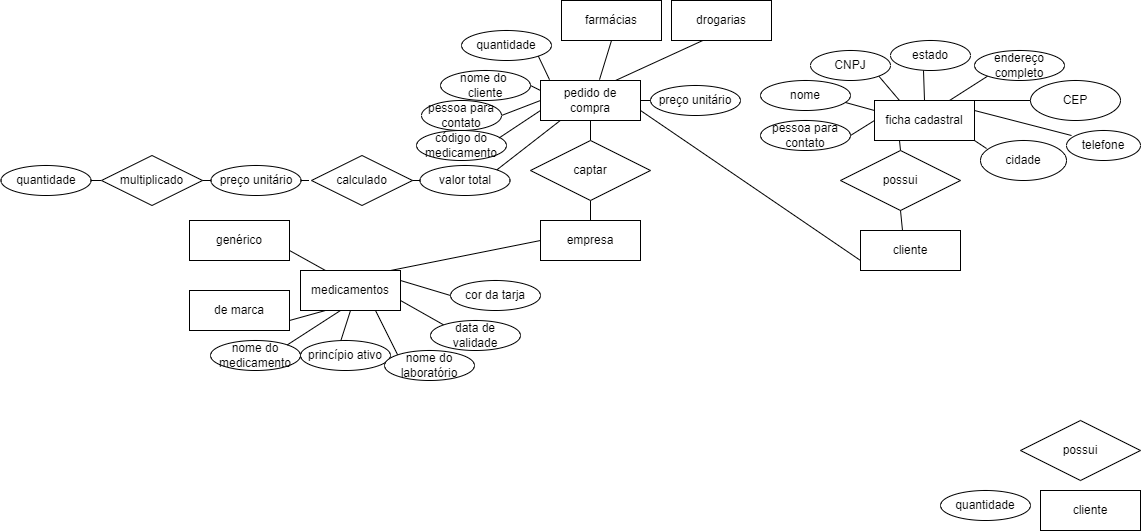
This is Diagrama sem nome.drawio.png from enricooxd/banco-de-dados, a draw.io export, as it was before one commit. Source tidied: cells renumbered, new cells last; positions are measured from the earlier drawing's top-left corner, leaving out a move shared by most shapes.
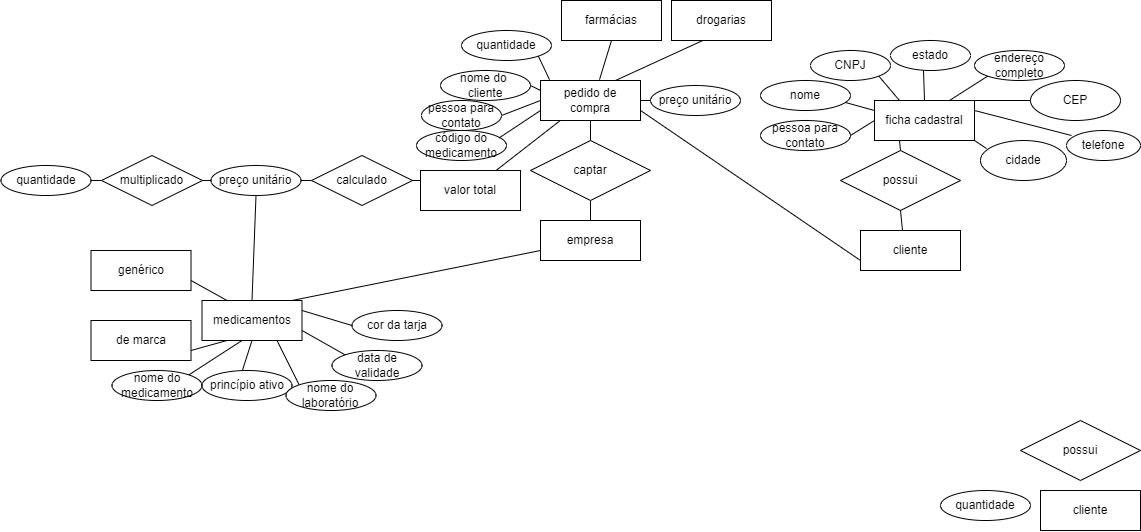
After the commit.

The edit, as a diff of the source:
```diff
@@ -124,22 +124,21 @@
     <mxCell id="41" value="preço unitário" style="ellipse;whiteSpace=wrap;html=1;align=center;" parent="1" vertex="1">
       <mxGeometry x="649" y="85" width="90" height="30" as="geometry" />
     </mxCell>
-    <mxCell id="42" value="valor total" style="ellipse;whiteSpace=wrap;html=1;align=center;" parent="1" vertex="1">
-      <mxGeometry x="418.5" y="165" width="90" height="30" as="geometry" />
-    </mxCell>
-    <mxCell id="43" style="edgeStyle=none;shape=connector;rounded=0;jettySize=auto;html=1;exitX=1;exitY=0.5;exitDx=0;exitDy=0;entryX=0;entryY=0.5;entryDx=0;entryDy=0;strokeColor=default;align=center;verticalAlign=middle;fontFamily=Helvetica;fontSize=11;fontColor=default;labelBackgroundColor=default;endArrow=none;endFill=0;" parent="1" edge="1" target="42">
+    <mxCell id="43" style="edgeStyle=none;shape=connector;rounded=0;orthogonalLoop=1;jettySize=auto;html=1;exitX=1;exitY=0.5;exitDx=0;exitDy=0;entryX=0;entryY=0.5;entryDx=0;entryDy=0;strokeColor=default;align=center;verticalAlign=middle;fontFamily=Helvetica;fontSize=11;fontColor=default;labelBackgroundColor=default;endArrow=none;endFill=0;" parent="1" edge="1">
       <mxGeometry relative="1" as="geometry">
         <mxPoint x="408.5" y="180" as="sourcePoint" />
+        <mxPoint x="418.5" y="180" as="targetPoint" />
       </mxGeometry>
     </mxCell>
-    <mxCell id="44" style="edgeStyle=none;shape=connector;rounded=0;jettySize=auto;html=1;exitX=0;exitY=0.5;exitDx=0;exitDy=0;entryX=1;entryY=0.5;entryDx=0;entryDy=0;strokeColor=default;align=center;verticalAlign=middle;fontFamily=Helvetica;fontSize=11;fontColor=default;labelBackgroundColor=default;endArrow=none;endFill=0;" parent="1" edge="1" target="46">
-      <mxGeometry relative="1" as="geometry">
-        <mxPoint x="307.5" y="180" as="sourcePoint" />
-      </mxGeometry>
+    <mxCell id="44" style="edgeStyle=none;shape=connector;rounded=0;jettySize=auto;html=1;exitX=0;exitY=0.5;exitDx=0;exitDy=0;entryX=1;entryY=0.5;entryDx=0;entryDy=0;strokeColor=default;align=center;verticalAlign=middle;fontFamily=Helvetica;fontSize=11;fontColor=default;labelBackgroundColor=default;endArrow=none;endFill=0;" parent="1" edge="1" source="45" target="46">
+      <mxGeometry relative="1" as="geometry" />
     </mxCell>
     <mxCell id="45" value="calculado" style="shape=rhombus;perimeter=rhombusPerimeter;whiteSpace=wrap;html=1;align=center;" parent="1" vertex="1">
       <mxGeometry x="310" y="155" width="101" height="50" as="geometry" />
     </mxCell>
+    <mxCell id="72" style="edgeStyle=none;shape=connector;rounded=0;jettySize=auto;html=1;exitX=0.5;exitY=1;exitDx=0;exitDy=0;entryX=0.5;entryY=0;entryDx=0;entryDy=0;strokeColor=default;align=center;verticalAlign=middle;fontFamily=Helvetica;fontSize=11;fontColor=default;labelBackgroundColor=default;endArrow=none;endFill=0;" parent="1" edge="1" source="46" target="51">
+      <mxGeometry relative="1" as="geometry" />
+    </mxCell>
     <mxCell id="46" value="preço unitário" style="ellipse;whiteSpace=wrap;html=1;align=center;" parent="1" vertex="1">
       <mxGeometry x="209.5" y="165" width="90" height="30" as="geometry" />
     </mxCell>
@@ -160,57 +159,57 @@
       <mxGeometry x="-0.5" y="165" width="90" height="30" as="geometry" />
     </mxCell>
     <mxCell id="51" value="medicamentos" style="whiteSpace=wrap;html=1;align=center;" parent="1" vertex="1">
-      <mxGeometry x="299" y="270" width="100" height="40" as="geometry" />
+      <mxGeometry x="200.5" y="300" width="100" height="40" as="geometry" />
     </mxCell>
-    <mxCell id="52" style="edgeStyle=none;shape=connector;rounded=0;jettySize=auto;html=1;exitX=0;exitY=0.5;exitDx=0;exitDy=0;entryX=0.9;entryY=0;entryDx=0;entryDy=0;entryPerimeter=0;strokeColor=default;align=center;verticalAlign=middle;fontFamily=Helvetica;fontSize=11;fontColor=default;labelBackgroundColor=default;endArrow=none;endFill=0;" parent="1" edge="1" source="2" target="51">
+    <mxCell id="52" style="edgeStyle=none;shape=connector;rounded=0;jettySize=auto;html=1;exitX=0;exitY=0.75;exitDx=0;exitDy=0;entryX=0.9;entryY=0;entryDx=0;entryDy=0;entryPerimeter=0;strokeColor=default;align=center;verticalAlign=middle;fontFamily=Helvetica;fontSize=11;fontColor=default;labelBackgroundColor=default;endArrow=none;endFill=0;" parent="1" edge="1" source="2" target="51">
       <mxGeometry relative="1" as="geometry" />
     </mxCell>
     <mxCell id="53" style="edgeStyle=none;shape=connector;rounded=0;jettySize=auto;html=1;exitX=1;exitY=0.25;exitDx=0;exitDy=0;entryX=0.25;entryY=0;entryDx=0;entryDy=0;strokeColor=default;align=center;verticalAlign=middle;fontFamily=Helvetica;fontSize=11;fontColor=default;labelBackgroundColor=default;endArrow=none;endFill=0;" parent="1" edge="1" target="51">
       <mxGeometry relative="1" as="geometry">
-        <mxPoint x="288" y="250" as="sourcePoint" />
+        <mxPoint x="189.5" y="280" as="sourcePoint" />
       </mxGeometry>
     </mxCell>
     <mxCell id="54" value="genérico&lt;span style=&quot;color: rgba(0, 0, 0, 0); font-family: monospace; font-size: 0px; text-align: start; text-wrap: nowrap;&quot;&gt;%3CmxGraphModel%3E%3Croot%3E%3CmxCell%20id%3D%220%22%2F%3E%3CmxCell%20id%3D%221%22%20parent%3D%220%22%2F%3E%3CmxCell%20id%3D%222%22%20value%3D%22empresa%22%20style%3D%22whiteSpace%3Dwrap%3Bhtml%3D1%3Balign%3Dcenter%3B%22%20vertex%3D%221%22%20parent%3D%221%22%3E%3CmxGeometry%20x%3D%22119%22%20y%3D%22310%22%20width%3D%22100%22%20height%3D%2240%22%20as%3D%22geometry%22%2F%3E%3C%2FmxCell%3E%3C%2Froot%3E%3C%2FmxGraphModel%3E&lt;/span&gt;" style="whiteSpace=wrap;html=1;align=center;" parent="1" vertex="1">
-      <mxGeometry x="188" y="220" width="100" height="40" as="geometry" />
+      <mxGeometry x="89.5" y="250" width="100" height="40" as="geometry" />
     </mxCell>
     <mxCell id="55" style="edgeStyle=none;shape=connector;rounded=0;jettySize=auto;html=1;exitX=1;exitY=0.75;exitDx=0;exitDy=0;entryX=0.25;entryY=1;entryDx=0;entryDy=0;strokeColor=default;align=center;verticalAlign=middle;fontFamily=Helvetica;fontSize=11;fontColor=default;labelBackgroundColor=default;endArrow=none;endFill=0;" parent="1" edge="1" source="56" target="51">
       <mxGeometry relative="1" as="geometry" />
     </mxCell>
     <mxCell id="56" value="de marca" style="whiteSpace=wrap;html=1;align=center;" parent="1" vertex="1">
-      <mxGeometry x="188" y="290" width="100" height="40" as="geometry" />
+      <mxGeometry x="89.5" y="320" width="100" height="40" as="geometry" />
     </mxCell>
     <mxCell id="57" value="nome do medicamento" style="ellipse;whiteSpace=wrap;html=1;align=center;" parent="1" vertex="1">
-      <mxGeometry x="209" y="340" width="90" height="30" as="geometry" />
+      <mxGeometry x="110.5" y="370" width="90" height="30" as="geometry" />
     </mxCell>
     <mxCell id="58" style="edgeStyle=none;shape=connector;rounded=0;jettySize=auto;html=1;exitX=0.5;exitY=0;exitDx=0;exitDy=0;entryX=0.5;entryY=1;entryDx=0;entryDy=0;strokeColor=default;align=center;verticalAlign=middle;fontFamily=Helvetica;fontSize=11;fontColor=default;labelBackgroundColor=default;endArrow=none;endFill=0;" parent="1" edge="1" target="51">
       <mxGeometry relative="1" as="geometry">
-        <mxPoint x="333" y="360" as="sourcePoint" />
+        <mxPoint x="234.5" y="390" as="sourcePoint" />
       </mxGeometry>
     </mxCell>
     <mxCell id="59" value="princípio ativo" style="ellipse;whiteSpace=wrap;html=1;align=center;" parent="1" vertex="1">
-      <mxGeometry x="299" y="340" width="90" height="30" as="geometry" />
+      <mxGeometry x="200.5" y="370" width="90" height="30" as="geometry" />
     </mxCell>
     <mxCell id="60" style="edgeStyle=none;shape=connector;rounded=0;jettySize=auto;html=1;exitX=0;exitY=0;exitDx=0;exitDy=0;entryX=0.75;entryY=1;entryDx=0;entryDy=0;strokeColor=default;align=center;verticalAlign=middle;fontFamily=Helvetica;fontSize=11;fontColor=default;labelBackgroundColor=default;endArrow=none;endFill=0;" parent="1" edge="1" source="61" target="51">
       <mxGeometry relative="1" as="geometry" />
     </mxCell>
     <mxCell id="61" value="nome do laboratório" style="ellipse;whiteSpace=wrap;html=1;align=center;" parent="1" vertex="1">
-      <mxGeometry x="383" y="350" width="90" height="30" as="geometry" />
+      <mxGeometry x="284.5" y="380" width="90" height="30" as="geometry" />
     </mxCell>
     <mxCell id="62" style="edgeStyle=none;shape=connector;rounded=0;jettySize=auto;html=1;exitX=0;exitY=0;exitDx=0;exitDy=0;entryX=1;entryY=0.75;entryDx=0;entryDy=0;strokeColor=default;align=center;verticalAlign=middle;fontFamily=Helvetica;fontSize=11;fontColor=default;labelBackgroundColor=default;endArrow=none;endFill=0;" parent="1" edge="1" source="63" target="51">
       <mxGeometry relative="1" as="geometry" />
     </mxCell>
     <mxCell id="63" value="data de validade" style="ellipse;whiteSpace=wrap;html=1;align=center;" parent="1" vertex="1">
-      <mxGeometry x="429" y="320" width="90" height="30" as="geometry" />
+      <mxGeometry x="330.5" y="350" width="90" height="30" as="geometry" />
     </mxCell>
     <mxCell id="64" style="edgeStyle=none;shape=connector;rounded=0;jettySize=auto;html=1;exitX=0;exitY=0.5;exitDx=0;exitDy=0;entryX=1;entryY=0.25;entryDx=0;entryDy=0;strokeColor=default;align=center;verticalAlign=middle;fontFamily=Helvetica;fontSize=11;fontColor=default;labelBackgroundColor=default;endArrow=none;endFill=0;" parent="1" edge="1" source="65" target="51">
       <mxGeometry relative="1" as="geometry" />
     </mxCell>
     <mxCell id="65" value="cor da tarja" style="ellipse;whiteSpace=wrap;html=1;align=center;" parent="1" vertex="1">
-      <mxGeometry x="449" y="280" width="90" height="30" as="geometry" />
+      <mxGeometry x="350.5" y="310" width="90" height="30" as="geometry" />
     </mxCell>
     <mxCell id="66" style="edgeStyle=none;shape=connector;rounded=0;jettySize=auto;html=1;exitX=1;exitY=0;exitDx=0;exitDy=0;strokeColor=default;align=center;verticalAlign=middle;fontFamily=Helvetica;fontSize=11;fontColor=default;labelBackgroundColor=default;endArrow=none;endFill=0;" parent="1" edge="1" source="57">
       <mxGeometry relative="1" as="geometry">
-        <mxPoint x="339" y="310" as="targetPoint" />
+        <mxPoint x="240.5" y="340" as="targetPoint" />
       </mxGeometry>
     </mxCell>
     <mxCell id="67" value="quantidade" style="ellipse;whiteSpace=wrap;html=1;align=center;" parent="1" vertex="1">
@@ -225,8 +224,13 @@
     <mxCell id="70" style="edgeStyle=none;shape=connector;rounded=0;jettySize=auto;html=1;exitX=1;exitY=1;exitDx=0;exitDy=0;entryX=0.09;entryY=-0.021;entryDx=0;entryDy=0;entryPerimeter=0;strokeColor=default;align=center;verticalAlign=middle;fontFamily=Helvetica;fontSize=11;fontColor=default;labelBackgroundColor=default;endArrow=none;endFill=0;" parent="1" edge="1" source="39" target="10">
       <mxGeometry relative="1" as="geometry" />
     </mxCell>
-    <mxCell id="71" style="edgeStyle=none;shape=connector;rounded=0;jettySize=auto;html=1;exitX=1;exitY=0;exitDx=0;exitDy=0;entryX=0.198;entryY=1;entryDx=0;entryDy=0;entryPerimeter=0;strokeColor=default;align=center;verticalAlign=middle;fontFamily=Helvetica;fontSize=11;fontColor=default;labelBackgroundColor=default;endArrow=none;endFill=0;" parent="1" edge="1" source="42" target="10">
-      <mxGeometry relative="1" as="geometry" />
+    <mxCell id="71" style="edgeStyle=none;shape=connector;rounded=0;jettySize=auto;html=1;exitX=1;exitY=0;exitDx=0;exitDy=0;entryX=0.198;entryY=1;entryDx=0;entryDy=0;entryPerimeter=0;strokeColor=default;align=center;verticalAlign=middle;fontFamily=Helvetica;fontSize=11;fontColor=default;labelBackgroundColor=default;endArrow=none;endFill=0;" parent="1" edge="1" target="10">
+      <mxGeometry relative="1" as="geometry">
+        <mxPoint x="495.3" y="169.4" as="sourcePoint" />
+      </mxGeometry>
     </mxCell>
+    <mxCell id="42" value="valor total" style="whiteSpace=wrap;html=1;align=center;" parent="1" vertex="1">
+      <mxGeometry x="419" y="170" width="100" height="40" as="geometry" />
+    </mxCell>
   </root>
 </mxGraphModel>
```
